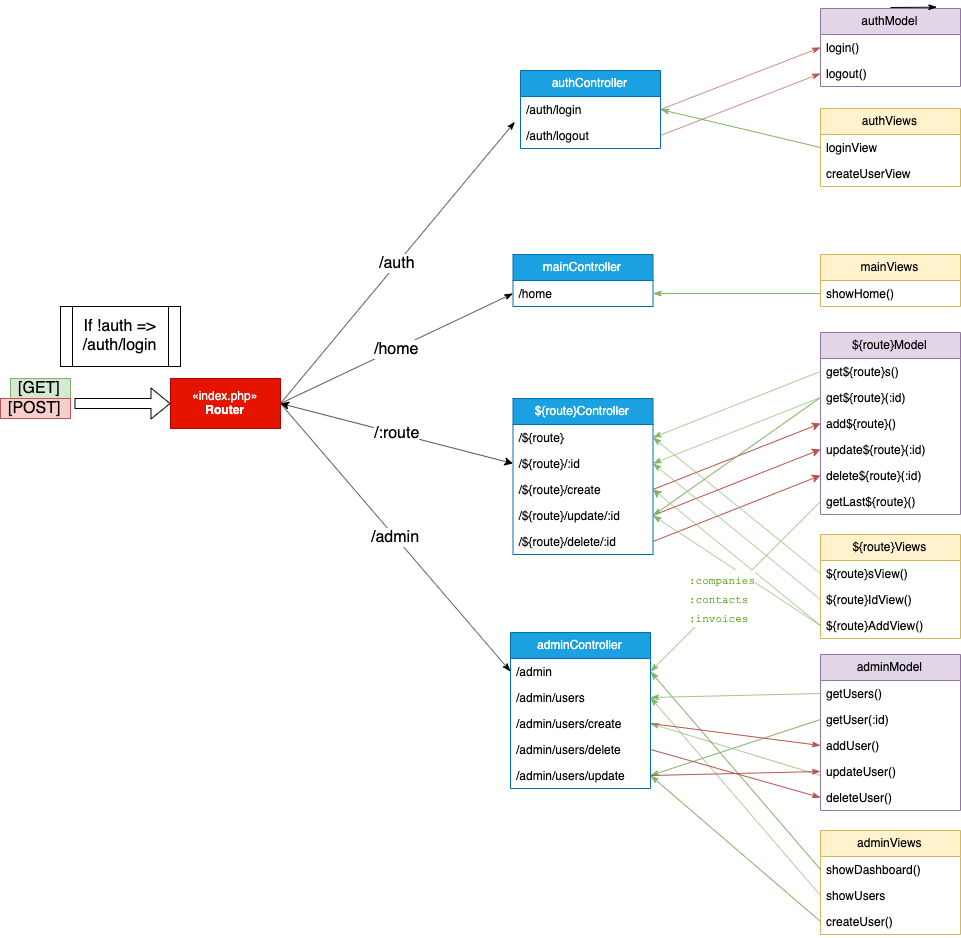
Above: infos/cogip flowchart.png in PierreKimbanziR/cogip (draw.io), before the change. Source tidied: cells renumbered, new cells last; positions are measured from the earlier drawing's top-left corner, leaving out a move shared by most shapes.
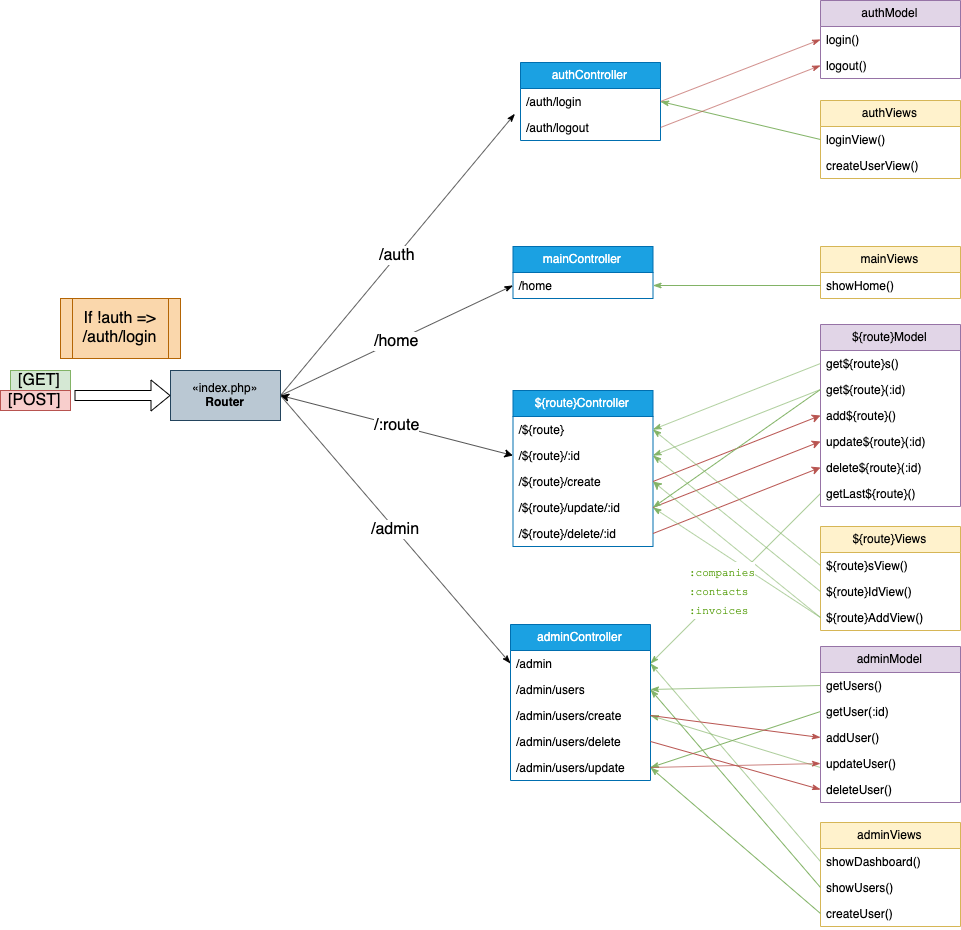
The same diagram one commit later.

Commit message:
fix flowchart and some beauty

Change to the diagram source:
```diff
@@ -14,7 +14,7 @@
     <mxCell id="5" value="/auth" style="edgeStyle=none;rounded=1;jettySize=auto;html=1;exitX=1;exitY=0.5;exitDx=0;exitDy=0;entryX=-0.04;entryY=-0.026;entryDx=0;entryDy=0;entryPerimeter=0;startArrow=none;startFill=0;endArrow=classicThin;endFill=1;strokeColor=#000000;strokeWidth=1;fontSize=16;" parent="1" edge="1" source="6" target="44">
       <mxGeometry relative="1" as="geometry" />
     </mxCell>
-    <mxCell id="6" value="«index.php»&lt;br&gt;&lt;b&gt;Router&lt;/b&gt;" style="html=1;fillColor=#e51400;strokeColor=#B20000;fontColor=#ffffff;" parent="1" vertex="1">
+    <mxCell id="6" value="«index.php»&lt;br&gt;&lt;b&gt;Router&lt;/b&gt;" style="html=1;fillColor=#bac8d3;strokeColor=#23445d;" parent="1" vertex="1">
       <mxGeometry x="170" y="371" width="110" height="50" as="geometry" />
     </mxCell>
     <mxCell id="7" value="${route}Controller" style="swimlane;fontStyle=0;horizontal=1;startSize=26;fillColor=#1ba1e2;strokeColor=#006EAF;fontColor=#ffffff;" parent="1" vertex="1">
@@ -134,10 +134,10 @@
     <mxCell id="45" value="authViews" style="swimlane;fontStyle=0;horizontal=1;startSize=26;fillColor=#fff2cc;strokeColor=#d6b656;" parent="1" vertex="1">
       <mxGeometry x="820" y="101" width="140" height="78" as="geometry" />
     </mxCell>
-    <mxCell id="46" value="loginView" style="text;strokeColor=none;fillColor=none;align=left;verticalAlign=top;spacingLeft=4;spacingRight=4;overflow=hidden;points=[[0,0.5],[1,0.5]];portConstraint=eastwest;" parent="45" vertex="1">
+    <mxCell id="46" value="loginView()" style="text;strokeColor=none;fillColor=none;align=left;verticalAlign=top;spacingLeft=4;spacingRight=4;overflow=hidden;points=[[0,0.5],[1,0.5]];portConstraint=eastwest;" parent="45" vertex="1">
       <mxGeometry y="26" width="140" height="26" as="geometry" />
     </mxCell>
-    <mxCell id="47" value="createUserView" style="text;strokeColor=none;fillColor=none;align=left;verticalAlign=top;spacingLeft=4;spacingRight=4;overflow=hidden;" parent="45" vertex="1">
+    <mxCell id="47" value="createUserView()" style="text;strokeColor=none;fillColor=none;align=left;verticalAlign=top;spacingLeft=4;spacingRight=4;overflow=hidden;" parent="45" vertex="1">
       <mxGeometry y="52" width="140" height="26" as="geometry" />
     </mxCell>
     <mxCell id="48" style="edgeStyle=none;rounded=1;jettySize=auto;html=1;exitX=0;exitY=0.5;exitDx=0;exitDy=0;entryX=1;entryY=0.5;entryDx=0;entryDy=0;startArrow=none;startFill=0;endArrow=classicThin;endFill=1;strokeColor=#82b366;strokeWidth=1;fontSize=16;fillColor=#d5e8d4;" parent="1" edge="1" source="46" target="43">
@@ -182,7 +182,7 @@
     <mxCell id="61" value="showDashboard()" style="text;strokeColor=none;fillColor=none;align=left;verticalAlign=top;spacingLeft=4;spacingRight=4;overflow=hidden;points=[[0,0.5],[1,0.5]];portConstraint=eastwest;" parent="60" vertex="1">
       <mxGeometry y="26" width="140" height="26" as="geometry" />
     </mxCell>
-    <mxCell id="62" value="showUsers" style="text;strokeColor=none;fillColor=none;align=left;verticalAlign=top;spacingLeft=4;spacingRight=4;overflow=hidden;points=[[0,0.5],[1,0.5]];portConstraint=eastwest;" parent="60" vertex="1">
+    <mxCell id="62" value="showUsers()" style="text;strokeColor=none;fillColor=none;align=left;verticalAlign=top;spacingLeft=4;spacingRight=4;overflow=hidden;points=[[0,0.5],[1,0.5]];portConstraint=eastwest;" parent="60" vertex="1">
       <mxGeometry y="52" width="140" height="26" as="geometry" />
     </mxCell>
     <mxCell id="63" value="createUser()" style="text;strokeColor=none;fillColor=none;align=left;verticalAlign=top;spacingLeft=4;spacingRight=4;overflow=hidden;points=[[0,0.5],[1,0.5]];portConstraint=eastwest;" parent="60" vertex="1">
@@ -235,11 +235,6 @@
     <mxCell id="78" style="edgeStyle=none;rounded=1;jettySize=auto;html=1;exitX=1;exitY=0.5;exitDx=0;exitDy=0;entryX=0;entryY=0.5;entryDx=0;entryDy=0;startArrow=none;startFill=0;endArrow=classicThin;endFill=1;strokeColor=#b85450;strokeWidth=1;fontSize=16;fillColor=#f8cecc;" parent="1" edge="1" source="59" target="72">
       <mxGeometry relative="1" as="geometry" />
     </mxCell>
-    <mxCell id="79" style="edgeStyle=none;rounded=1;jettySize=auto;html=1;entryX=0.831;entryY=-0.017;entryDx=0;entryDy=0;entryPerimeter=0;startArrow=none;startFill=0;endArrow=classicThin;endFill=1;strokeColor=#000000;strokeWidth=1;fontSize=16;" parent="1" edge="1" target="49">
-      <mxGeometry relative="1" as="geometry">
-        <mxPoint x="890" as="sourcePoint" />
-      </mxGeometry>
-    </mxCell>
     <mxCell id="80" style="edgeStyle=none;rounded=1;orthogonalLoop=1;jettySize=auto;html=1;entryX=0;entryY=0.5;entryDx=0;entryDy=0;entryPerimeter=0;startArrow=none;startFill=0;endArrow=classicThin;endFill=1;strokeColor=#000000;strokeWidth=1;fontSize=16;" parent="1" edge="1">
       <mxGeometry relative="1" as="geometry">
         <mxPoint x="10" y="389" as="sourcePoint" />
@@ -251,7 +246,7 @@
         <mxPoint x="74" y="396" as="sourcePoint" />
       </mxGeometry>
     </mxCell>
-    <mxCell id="82" value="If !auth =&amp;gt; /auth/login" style="shape=process;whiteSpace=wrap;html=1;backgroundOutline=1;fontSize=16;" parent="1" vertex="1">
+    <mxCell id="82" value="If !auth =&amp;gt; /auth/login" style="shape=process;whiteSpace=wrap;html=1;backgroundOutline=1;fontSize=16;fillColor=#fad7ac;strokeColor=#b46504;" parent="1" vertex="1">
       <mxGeometry x="60" y="299" width="120" height="60" as="geometry" />
     </mxCell>
   </root>
```
